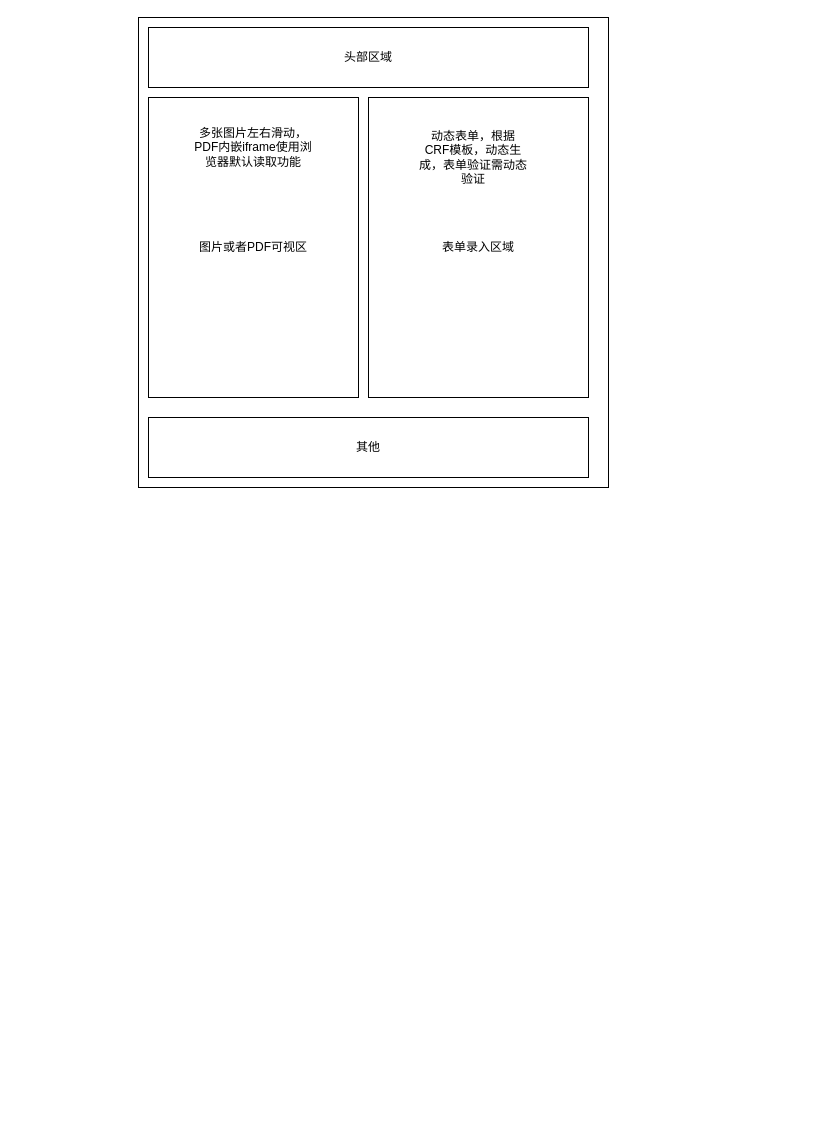
Before: save/Untitled Diagram.drawio in chenweihan/UML, a draw.io diagram. Source tidied: cells renumbered, new cells numbered last; positions are measured from the earlier drawing's top-left corner, leaving out a move shared by most shapes. Both pictures are drawn from the tidied source at 100%, with x=0, y=0 at pixel (138, 17).
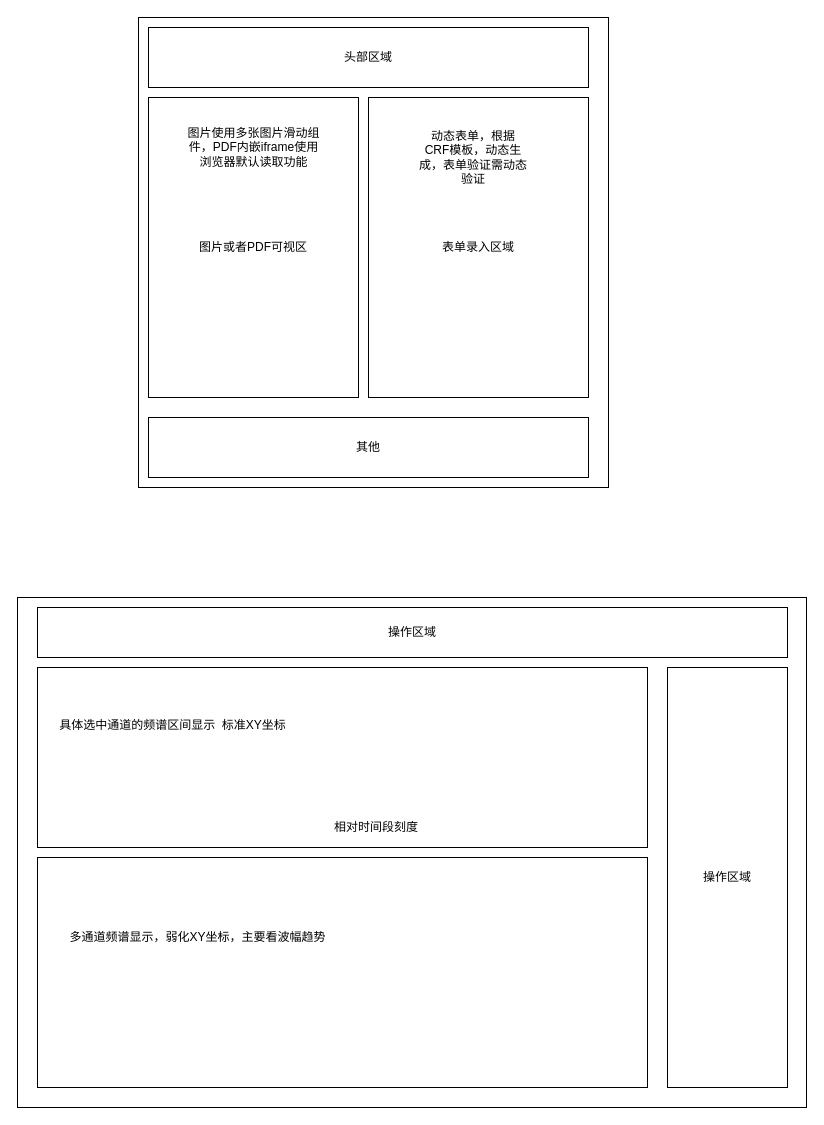
After the change.

Change to the diagram source:
```diff
@@
 <mxGraphModel>
   <root>
     <mxCell id="0" />
     <mxCell id="1" parent="0" />
     <mxCell id="2" style="whiteSpace=wrap;html=1;" parent="1" vertex="1">
       <mxGeometry width="470" height="470" as="geometry" />
     </mxCell>
     <mxCell id="3" value="图片或者PDF可视区" style="rounded=0;whiteSpace=wrap;html=1;" parent="1" vertex="1">
       <mxGeometry x="10" y="80" width="210" height="300" as="geometry" />
     </mxCell>
     <mxCell id="4" value="表单录入区域" style="rounded=0;whiteSpace=wrap;html=1;" parent="1" vertex="1">
       <mxGeometry x="230" y="80" width="220" height="300" as="geometry" />
     </mxCell>
     <mxCell id="5" value="头部区域" style="rounded=0;whiteSpace=wrap;html=1;" parent="1" vertex="1">
       <mxGeometry x="10" y="10" width="440" height="60" as="geometry" />
     </mxCell>
     <mxCell id="6" value="其他" style="rounded=0;whiteSpace=wrap;html=1;" parent="1" vertex="1">
       <mxGeometry x="10" y="400" width="440" height="60" as="geometry" />
     </mxCell>
-    <mxCell id="7" value="多张图片左右滑动，PDF内嵌iframe使用浏览器默认读取功能" style="text;html=1;strokeColor=none;fillColor=none;align=center;verticalAlign=middle;whiteSpace=wrap;rounded=0;" parent="1" vertex="1">
-      <mxGeometry x="50" y="100" width="130" height="60" as="geometry" />
+    <mxCell id="7" value="图片使用多张图片滑动组件，PDF内嵌iframe使用浏览器默认读取功能" style="text;html=1;strokeColor=none;fillColor=none;align=center;verticalAlign=middle;whiteSpace=wrap;rounded=0;" parent="1" vertex="1">
+      <mxGeometry x="44.5" y="100" width="141" height="60" as="geometry" />
     </mxCell>
     <mxCell id="8" value="动态表单，根据CRF模板，动态生成，表单验证需动态验证" style="text;html=1;strokeColor=none;fillColor=none;align=center;verticalAlign=middle;whiteSpace=wrap;rounded=0;" parent="1" vertex="1">
       <mxGeometry x="280" y="110" width="110" height="60" as="geometry" />
     </mxCell>
+    <mxCell id="9" style="rounded=0;whiteSpace=wrap;html=1;" parent="1" vertex="1">
+      <mxGeometry x="-121" y="580" width="789" height="510" as="geometry" />
+    </mxCell>
+    <mxCell id="10" style="rounded=0;whiteSpace=wrap;html=1;" parent="1" vertex="1">
+      <mxGeometry x="-101" y="840" width="610" height="230" as="geometry" />
+    </mxCell>
+    <mxCell id="11" value="多通道频谱显示，弱化XY坐标，主要看波幅趋势" style="text;html=1;strokeColor=none;fillColor=none;align=center;verticalAlign=middle;whiteSpace=wrap;rounded=0;" parent="1" vertex="1">
+      <mxGeometry x="-81" y="910" width="281" height="20" as="geometry" />
+    </mxCell>
+    <mxCell id="12" style="rounded=0;whiteSpace=wrap;html=1;" parent="1" vertex="1">
+      <mxGeometry x="-101" y="650" width="610" height="180" as="geometry" />
+    </mxCell>
+    <mxCell id="13" value="具体选中通道的频谱区间显示&amp;nbsp; 标准XY坐标" style="text;html=1;strokeColor=none;fillColor=none;align=center;verticalAlign=middle;whiteSpace=wrap;rounded=0;" parent="1" vertex="1">
+      <mxGeometry x="-81" y="695" width="231" height="25" as="geometry" />
+    </mxCell>
+    <mxCell id="14" value="操作区域" style="rounded=0;whiteSpace=wrap;html=1;" parent="1" vertex="1">
+      <mxGeometry x="529" y="650" width="120" height="420" as="geometry" />
+    </mxCell>
+    <mxCell id="15" value="操作区域" style="rounded=0;whiteSpace=wrap;html=1;" parent="1" vertex="1">
+      <mxGeometry x="-101" y="590" width="750" height="50" as="geometry" />
+    </mxCell>
+    <mxCell id="16" value="相对时间段刻度" style="text;html=1;strokeColor=none;fillColor=none;align=center;verticalAlign=middle;whiteSpace=wrap;rounded=0;" parent="1" vertex="1">
+      <mxGeometry x="185.5" y="800" width="104" height="20" as="geometry" />
+    </mxCell>
   </root>
 </mxGraphModel>
```
